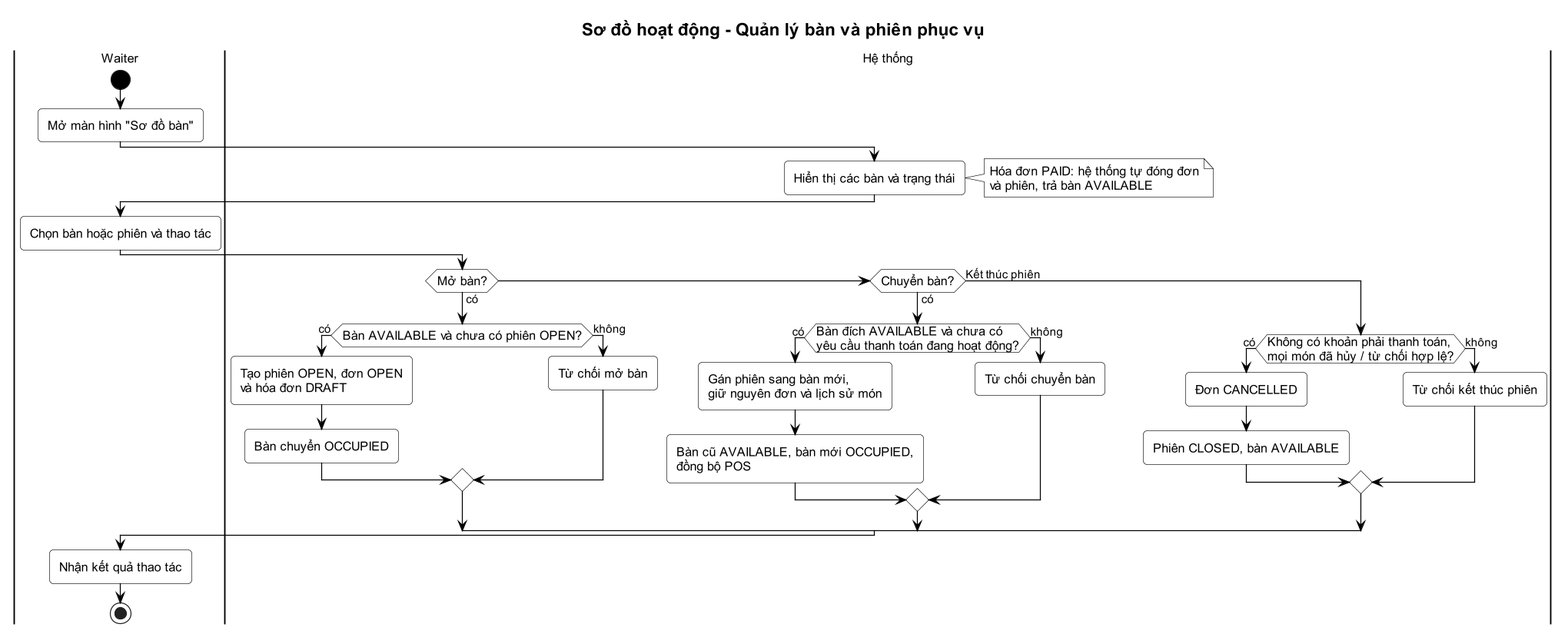
Earlier version of the PlantUML export docs/03-quan-ly-don-hang/activity-2-ban-phien.png (Anpham120/restaurant-management-system).
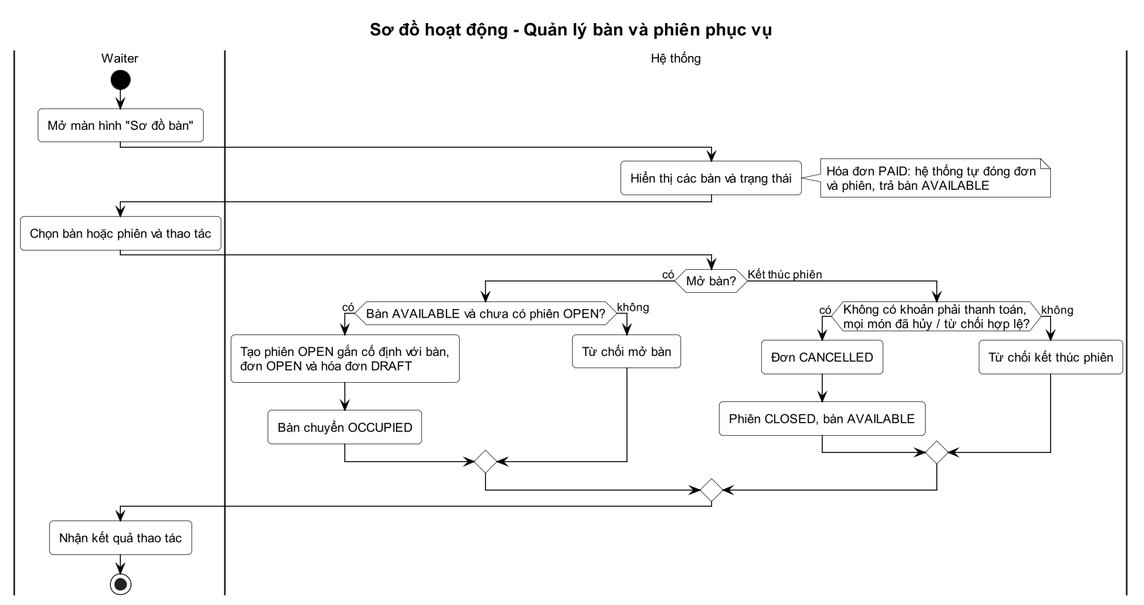
After the change.

Diff of the diagram source:
```diff
@@ -13,17 +13,10 @@
 |Hệ thống|
 if (Mở bàn?) then (có)
   if (Bàn AVAILABLE và chưa có phiên OPEN?) then (có)
-    :Tạo phiên OPEN, đơn OPEN\nvà hóa đơn DRAFT;
+    :Tạo phiên OPEN gắn cố định với bàn,\nđơn OPEN và hóa đơn DRAFT;
     :Bàn chuyển OCCUPIED;
   else (không)
     :Từ chối mở bàn;
-  endif
-elseif (Chuyển bàn?) then (có)
-  if (Bàn đích AVAILABLE và chưa có\nyêu cầu thanh toán đang hoạt động?) then (có)
-    :Gán phiên sang bàn mới,\ngiữ nguyên đơn và lịch sử món;
-    :Bàn cũ AVAILABLE, bàn mới OCCUPIED,\nđồng bộ POS;
-  else (không)
-    :Từ chối chuyển bàn;
   endif
 else (Kết thúc phiên)
   if (Không có khoản phải thanh toán,\nmọi món đã hủy / từ chối hợp lệ?) then (có)
```
